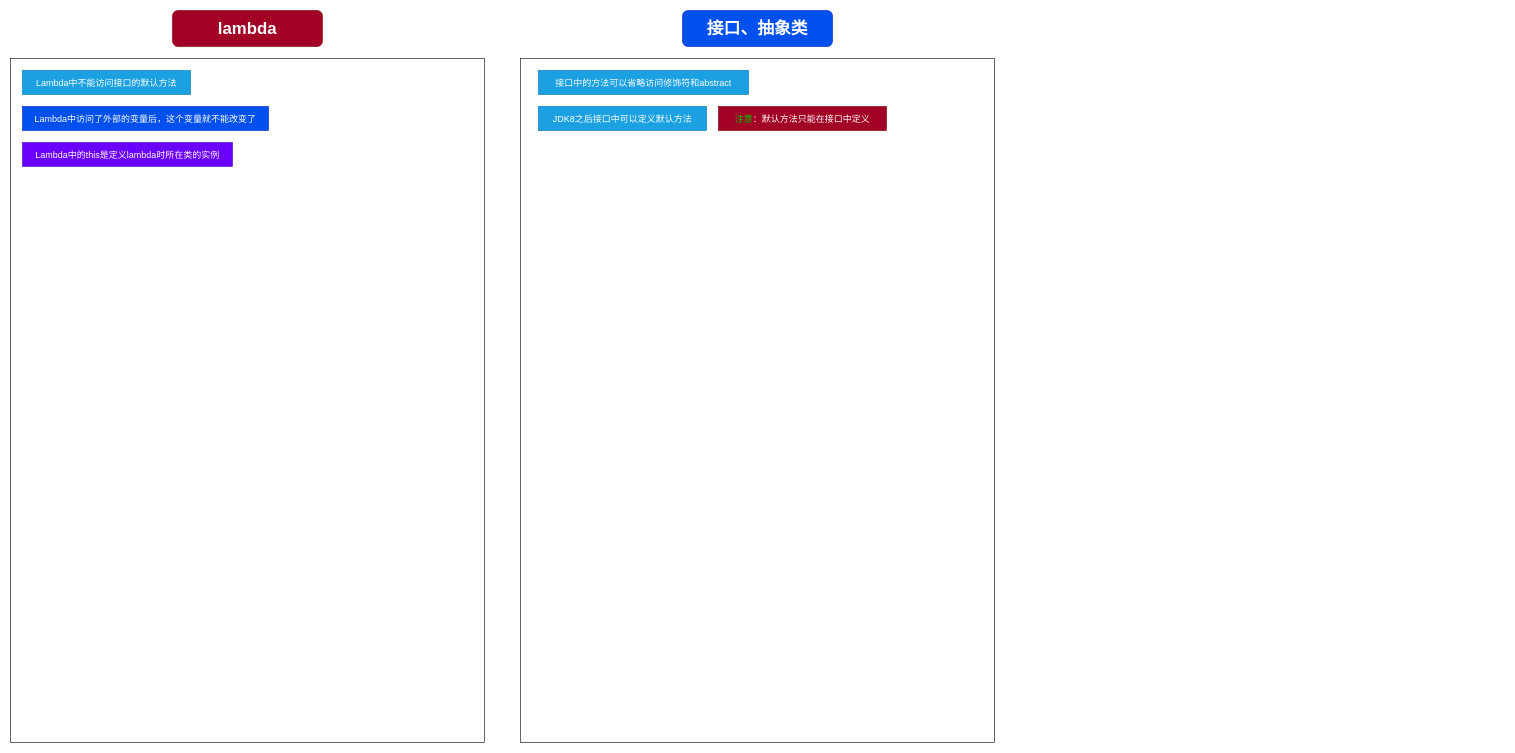
Eudora-Bessie/AutoApiSR keeps this draw.io diagram as java知识点.drawio. Above is the earlier version. Source tidied: cells renumbered, new cells numbered last; positions are measured from the earlier drawing's top-left corner, leaving out a move shared by most shapes. Both pictures are drawn from the tidied source at 60%, with x=0, y=0 at pixel (10, 10).
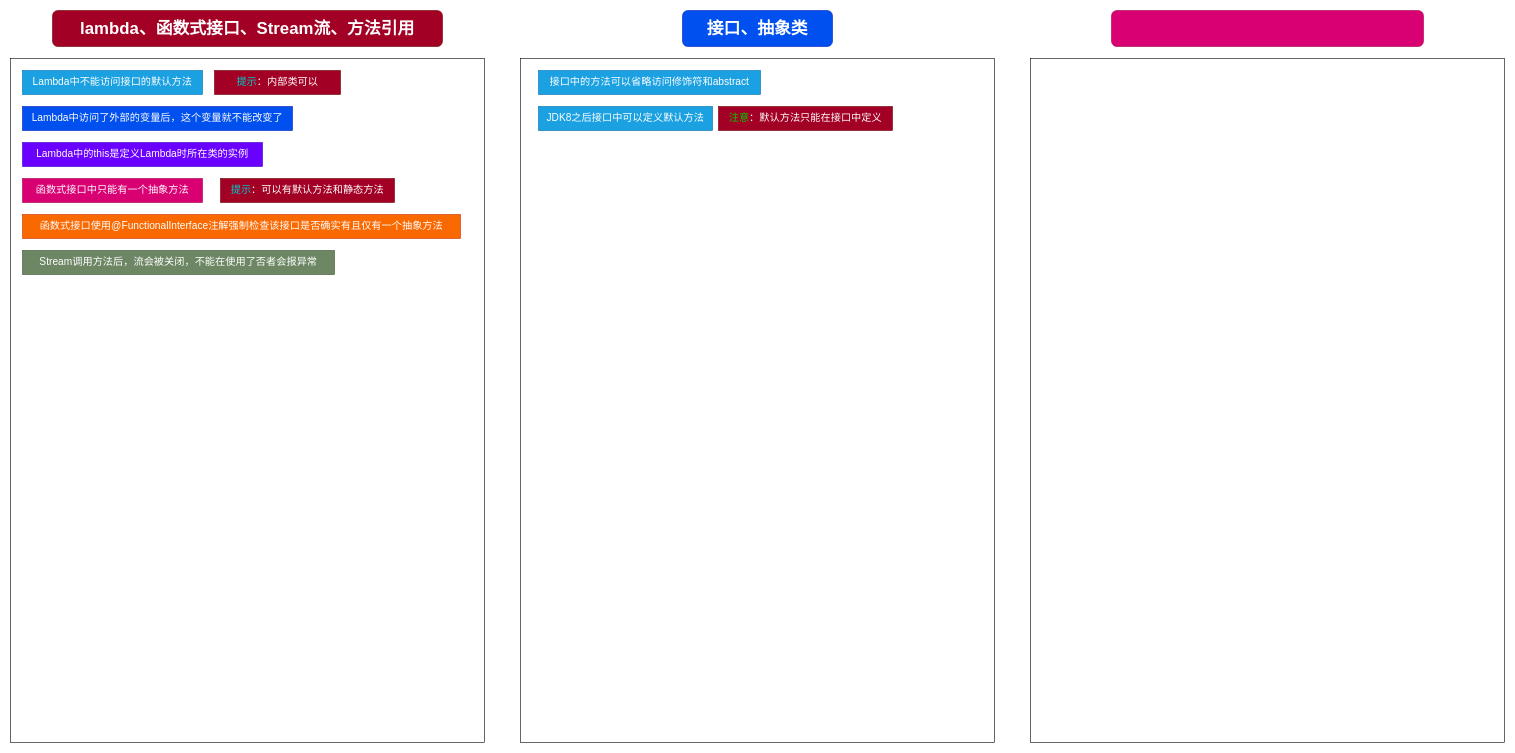
The same page after the edit.

Commit message:
更新java知识点.drawio

What changed in the source:
```diff
@@
 <mxGraphModel>
   <root>
     <mxCell id="0" />
     <mxCell id="1" parent="0" />
-    <mxCell id="2" value="&lt;h1 class=&quot;title-article&quot; id=&quot;articleContentId&quot; style=&quot;box-sizing: border-box ; outline: 0px ; margin: 0px ; padding: 0px ; font-family: &amp;#34;pingfang sc&amp;#34; , &amp;#34;microsoft yahei&amp;#34; , &amp;#34;simhei&amp;#34; , &amp;#34;arial&amp;#34; , &amp;#34;simsun&amp;#34; ; font-size: 28px ; overflow-wrap: break-word ; word-break: break-all&quot;&gt;&lt;font color=&quot;#ffffff&quot;&gt;lambda&lt;/font&gt;&lt;/h1&gt;" style="rounded=1;whiteSpace=wrap;html=1;fillColor=#a20025;strokeColor=#6F0000;fontColor=#ffffff;" parent="1" vertex="1">
-      <mxGeometry x="270" width="250" height="60" as="geometry" />
+    <mxCell id="2" value="&lt;h1 class=&quot;title-article&quot; id=&quot;articleContentId&quot; style=&quot;box-sizing: border-box ; outline: 0px ; margin: 0px ; padding: 0px ; font-family: &amp;#34;pingfang sc&amp;#34; , &amp;#34;microsoft yahei&amp;#34; , &amp;#34;simhei&amp;#34; , &amp;#34;arial&amp;#34; , &amp;#34;simsun&amp;#34; ; font-size: 28px ; overflow-wrap: break-word ; word-break: break-all&quot;&gt;&lt;font color=&quot;#ffffff&quot;&gt;lambda、&lt;/font&gt;函数式接口、Stream流、方法引用&lt;/h1&gt;" style="rounded=1;whiteSpace=wrap;html=1;fillColor=#a20025;strokeColor=#6F0000;fontColor=#ffffff;" parent="1" vertex="1">
+      <mxGeometry x="70" width="650" height="60" as="geometry" />
     </mxCell>
     <mxCell id="3" style="whiteSpace=wrap;html=1;" parent="1" vertex="1">
       <mxGeometry y="80" width="790" height="1140" as="geometry" />
     </mxCell>
-    <mxCell id="4" value="Lambda中不能访问接口的默认方法" style="text;html=1;strokeColor=#006EAF;fillColor=#1ba1e2;align=center;verticalAlign=middle;whiteSpace=wrap;rounded=0;fontSize=15;fontColor=#ffffff;" parent="1" vertex="1">
-      <mxGeometry x="20" y="100" width="280" height="40" as="geometry" />
+    <mxCell id="4" value="Lambda中不能访问接口的默认方法" style="text;html=1;strokeColor=#006EAF;fillColor=#1ba1e2;align=center;verticalAlign=middle;whiteSpace=wrap;rounded=0;fontSize=17;fontColor=#ffffff;" parent="1" vertex="1">
+      <mxGeometry x="20" y="100" width="300" height="40" as="geometry" />
     </mxCell>
-    <mxCell id="5" value="Lambda中访问了外部的变量后，这个变量就不能改变了" style="text;html=1;strokeColor=#001DBC;fillColor=#0050ef;align=center;verticalAlign=middle;whiteSpace=wrap;rounded=0;fontSize=15;fontColor=#ffffff;" parent="1" vertex="1">
-      <mxGeometry x="20" y="160" width="410" height="40" as="geometry" />
+    <mxCell id="5" value="Lambda中访问了外部的变量后，这个变量就不能改变了" style="text;html=1;strokeColor=#001DBC;fillColor=#0050ef;align=center;verticalAlign=middle;whiteSpace=wrap;rounded=0;fontSize=17;fontColor=#ffffff;" parent="1" vertex="1">
+      <mxGeometry x="20" y="160" width="450" height="40" as="geometry" />
     </mxCell>
-    <mxCell id="6" value="Lambda中的this是定义lambda时所在类的实例" style="text;html=1;strokeColor=#3700CC;fillColor=#6a00ff;align=center;verticalAlign=middle;whiteSpace=wrap;rounded=0;fontSize=15;fontColor=#ffffff;" parent="1" vertex="1">
-      <mxGeometry x="20" y="220" width="350" height="40" as="geometry" />
+    <mxCell id="6" value="Lambda中的this是定义Lambda时所在类的实例" style="text;html=1;strokeColor=#3700CC;fillColor=#6a00ff;align=center;verticalAlign=middle;whiteSpace=wrap;rounded=0;fontSize=17;fontColor=#ffffff;" parent="1" vertex="1">
+      <mxGeometry x="20" y="220" width="400" height="40" as="geometry" />
     </mxCell>
     <mxCell id="7" style="whiteSpace=wrap;html=1;" parent="1" vertex="1">
       <mxGeometry x="850" y="80" width="790" height="1140" as="geometry" />
     </mxCell>
     <mxCell id="8" value="&lt;h1 class=&quot;title-article&quot; id=&quot;articleContentId&quot; style=&quot;box-sizing: border-box ; outline: 0px ; margin: 0px ; padding: 0px ; font-family: &amp;#34;pingfang sc&amp;#34; , &amp;#34;microsoft yahei&amp;#34; , &amp;#34;simhei&amp;#34; , &amp;#34;arial&amp;#34; , &amp;#34;simsun&amp;#34; ; font-size: 28px ; overflow-wrap: break-word ; word-break: break-all&quot;&gt;&lt;font color=&quot;#ffffff&quot;&gt;接口、抽象类&lt;/font&gt;&lt;/h1&gt;" style="rounded=1;whiteSpace=wrap;html=1;fillColor=#0050ef;strokeColor=#001DBC;fontColor=#ffffff;" parent="1" vertex="1">
       <mxGeometry x="1120" width="250" height="60" as="geometry" />
     </mxCell>
-    <mxCell id="9" value="接口中的方法可以省略访问修饰符和abstract" style="text;html=1;strokeColor=#006EAF;fillColor=#1ba1e2;align=center;verticalAlign=middle;whiteSpace=wrap;rounded=0;fontSize=15;fontColor=#ffffff;fontFamily=Helvetica;" parent="1" vertex="1">
-      <mxGeometry x="880" y="100" width="350" height="40" as="geometry" />
+    <mxCell id="9" value="接口中的方法可以省略访问修饰符和abstract" style="text;html=1;strokeColor=#006EAF;fillColor=#1ba1e2;align=center;verticalAlign=middle;whiteSpace=wrap;rounded=0;fontSize=17;fontColor=#ffffff;fontFamily=Helvetica;" parent="1" vertex="1">
+      <mxGeometry x="880" y="100" width="370" height="40" as="geometry" />
     </mxCell>
-    <mxCell id="10" value="JDK8之后接口中可以定义默认方法" style="text;html=1;strokeColor=#006EAF;fillColor=#1ba1e2;align=center;verticalAlign=middle;whiteSpace=wrap;rounded=0;fontSize=15;fontColor=#ffffff;fontFamily=Helvetica;" parent="1" vertex="1">
-      <mxGeometry x="880" y="160" width="280" height="40" as="geometry" />
+    <mxCell id="10" value="JDK8之后接口中可以定义默认方法" style="text;html=1;strokeColor=#006EAF;fillColor=#1ba1e2;align=center;verticalAlign=middle;whiteSpace=wrap;rounded=0;fontSize=17;fontColor=#ffffff;fontFamily=Helvetica;" parent="1" vertex="1">
+      <mxGeometry x="880" y="160" width="290" height="40" as="geometry" />
     </mxCell>
-    <mxCell id="11" value="&lt;font color=&quot;#00cc00&quot;&gt;注意&lt;/font&gt;：默认方法只能在接口中定义" style="text;html=1;strokeColor=#6F0000;fillColor=#a20025;align=center;verticalAlign=middle;whiteSpace=wrap;rounded=0;fontSize=15;fontColor=#ffffff;fontFamily=Helvetica;" parent="1" vertex="1">
-      <mxGeometry x="1180" y="160" width="280" height="40" as="geometry" />
+    <mxCell id="11" value="&lt;font color=&quot;#00cc00&quot; style=&quot;font-size: 17px;&quot;&gt;注意&lt;/font&gt;：默认方法只能在接口中定义" style="text;html=1;strokeColor=#6F0000;fillColor=#a20025;align=center;verticalAlign=middle;whiteSpace=wrap;rounded=0;fontSize=17;fontColor=#ffffff;fontFamily=Helvetica;" parent="1" vertex="1">
+      <mxGeometry x="1180" y="160" width="290" height="40" as="geometry" />
     </mxCell>
+    <mxCell id="12" style="whiteSpace=wrap;html=1;" parent="1" vertex="1">
+      <mxGeometry x="1700" y="80" width="790" height="1140" as="geometry" />
+    </mxCell>
+    <mxCell id="13" value="&lt;h1 class=&quot;title-article&quot; id=&quot;articleContentId&quot; style=&quot;box-sizing: border-box ; outline: 0px ; margin: 0px ; padding: 0px ; font-family: &amp;#34;pingfang sc&amp;#34; , &amp;#34;microsoft yahei&amp;#34; , &amp;#34;simhei&amp;#34; , &amp;#34;arial&amp;#34; , &amp;#34;simsun&amp;#34; ; font-size: 28px ; overflow-wrap: break-word ; word-break: break-all&quot;&gt;&lt;br&gt;&lt;/h1&gt;" style="rounded=1;whiteSpace=wrap;html=1;fillColor=#d80073;strokeColor=#A50040;fontColor=#ffffff;" parent="1" vertex="1">
+      <mxGeometry x="1835" width="520" height="60" as="geometry" />
+    </mxCell>
+    <mxCell id="14" value="函数式接口中只能有一个抽象方法" style="text;html=1;strokeColor=#A50040;fillColor=#d80073;align=center;verticalAlign=middle;whiteSpace=wrap;rounded=0;fontSize=17;fontColor=#ffffff;" parent="1" vertex="1">
+      <mxGeometry x="20" y="280" width="300" height="40" as="geometry" />
+    </mxCell>
+    <mxCell id="15" value="&lt;font style=&quot;font-size: 17px&quot; color=&quot;#00cccc&quot;&gt;提示&lt;/font&gt;：可以有默认方法和静态方法" style="text;html=1;strokeColor=#6F0000;fillColor=#a20025;align=center;verticalAlign=middle;whiteSpace=wrap;rounded=0;fontSize=17;fontColor=#ffffff;fontFamily=Helvetica;" parent="1" vertex="1">
+      <mxGeometry x="350" y="280" width="290" height="40" as="geometry" />
+    </mxCell>
+    <mxCell id="16" value="&lt;font style=&quot;font-size: 17px&quot; color=&quot;#00cccc&quot;&gt;提示&lt;/font&gt;：内部类可以" style="text;html=1;strokeColor=#6F0000;fillColor=#a20025;align=center;verticalAlign=middle;whiteSpace=wrap;rounded=0;fontSize=17;fontColor=#ffffff;fontFamily=Helvetica;" parent="1" vertex="1">
+      <mxGeometry x="340" y="100" width="210" height="40" as="geometry" />
+    </mxCell>
+    <mxCell id="17" value="函数式接口使用@FunctionalInterface注解强制检查该接口是否确实有且仅有一个抽象方法" style="text;html=1;strokeColor=#C73500;fillColor=#fa6800;align=center;verticalAlign=middle;whiteSpace=wrap;rounded=0;fontSize=17;fontColor=#ffffff;" parent="1" vertex="1">
+      <mxGeometry x="20" y="340" width="730" height="40" as="geometry" />
+    </mxCell>
+    <mxCell id="18" value="Stream调用方法后，流会被关闭，不能在使用了否者会报异常" style="text;html=1;strokeColor=#3A5431;fillColor=#6d8764;align=center;verticalAlign=middle;whiteSpace=wrap;rounded=0;fontSize=17;fontColor=#ffffff;" parent="1" vertex="1">
+      <mxGeometry x="20" y="400" width="520" height="40" as="geometry" />
+    </mxCell>
   </root>
 </mxGraphModel>
```
